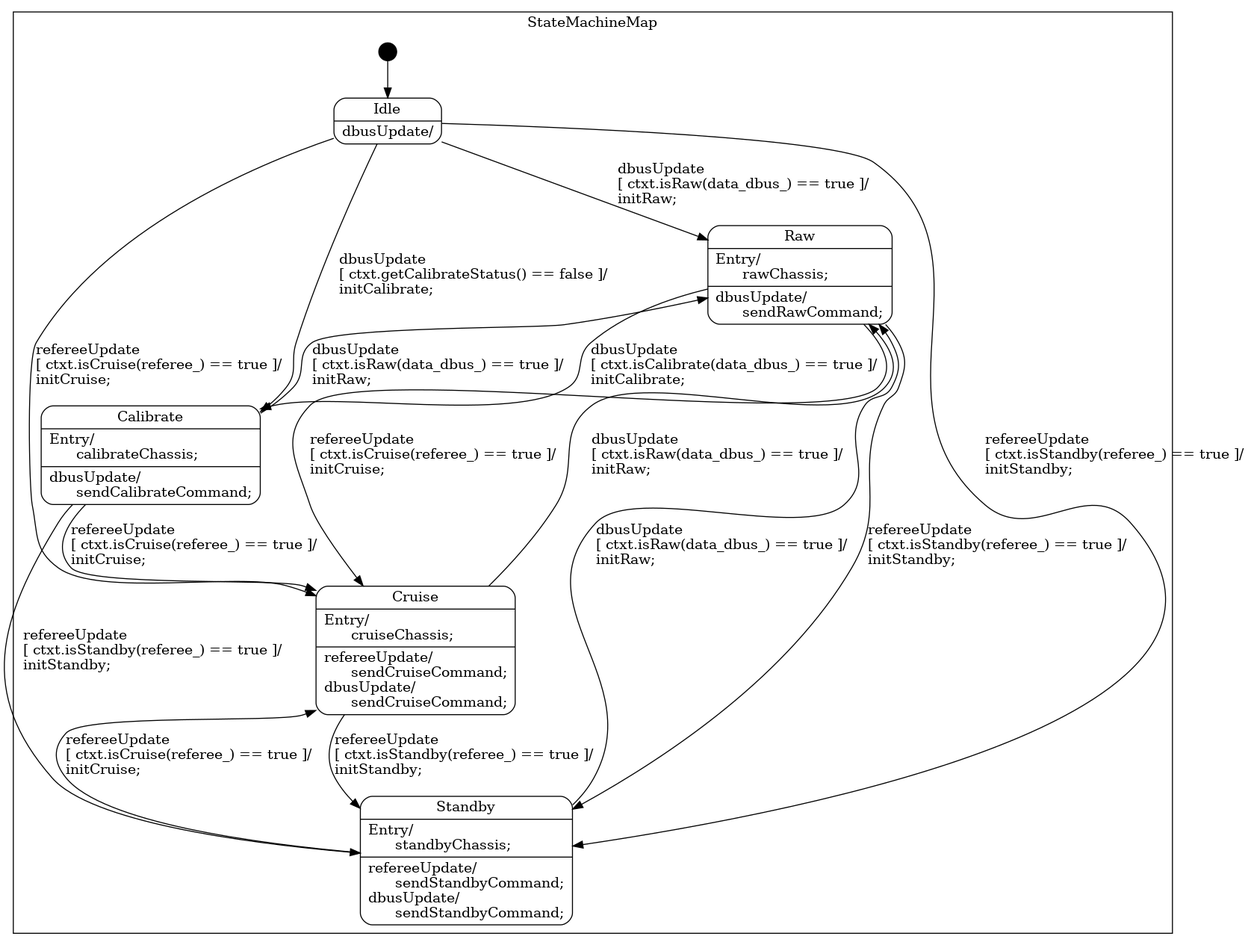
Before: state_machine/StateMachine_sm.png, a diagram exported from Graphviz (rm-controls/rm_fsm). Its source is kept beside it as state_machine/StateMachine_sm.dot.
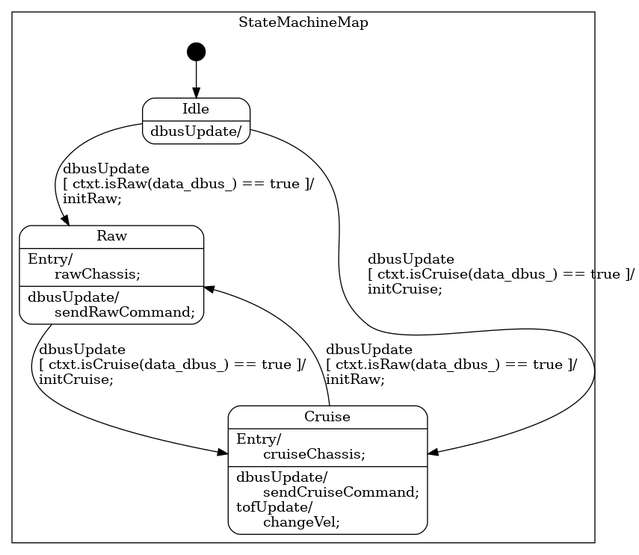
After the change.

Commit message:
Complete the cruise function for the first version

Change to the diagram source:
```diff
@@ -14,57 +14,21 @@
         "StateMachineMap::Raw"
             [label="{Raw|Entry/\l&nbsp;&nbsp;&nbsp;rawChassis;\l|dbusUpdate/\l&nbsp;&nbsp;&nbsp;sendRawCommand;\l}"];
 
-        "StateMachineMap::Calibrate"
-            [label="{Calibrate|Entry/\l&nbsp;&nbsp;&nbsp;calibrateChassis;\l|dbusUpdate/\l&nbsp;&nbsp;&nbsp;sendCalibrateCommand;\l}"];
-
-        "StateMachineMap::Standby"
-            [label="{Standby|Entry/\l&nbsp;&nbsp;&nbsp;standbyChassis;\l|refereeUpdate/\l&nbsp;&nbsp;&nbsp;sendStandbyCommand;\ldbusUpdate/\l&nbsp;&nbsp;&nbsp;sendStandbyCommand;\l}"];
-
         "StateMachineMap::Cruise"
-            [label="{Cruise|Entry/\l&nbsp;&nbsp;&nbsp;cruiseChassis;\l|refereeUpdate/\l&nbsp;&nbsp;&nbsp;sendCruiseCommand;\ldbusUpdate/\l&nbsp;&nbsp;&nbsp;sendCruiseCommand;\l}"];
+            [label="{Cruise|Entry/\l&nbsp;&nbsp;&nbsp;cruiseChassis;\l|dbusUpdate/\l&nbsp;&nbsp;&nbsp;sendCruiseCommand;\ltofUpdate/\l&nbsp;&nbsp;&nbsp;changeVel;\l}"];
 
         "%start"
             [label="" shape=circle style=filled fillcolor=black width=0.25];
 
 
-        "StateMachineMap::Idle" -> "StateMachineMap::Calibrate"
-            [label="dbusUpdate\l\[ ctxt.getCalibrateStatus() == false \]/\linitCalibrate;\l"];
+        "StateMachineMap::Idle" -> "StateMachineMap::Cruise"
+            [label="dbusUpdate\l\[ ctxt.isCruise(data_dbus_) == true \]/\linitCruise;\l"];
 
         "StateMachineMap::Idle" -> "StateMachineMap::Raw"
             [label="dbusUpdate\l\[ ctxt.isRaw(data_dbus_) == true \]/\linitRaw;\l"];
 
-        "StateMachineMap::Idle" -> "StateMachineMap::Standby"
-            [label="refereeUpdate\l\[ ctxt.isStandby(referee_) == true \]/\linitStandby;\l"];
-
-        "StateMachineMap::Idle" -> "StateMachineMap::Cruise"
-            [label="refereeUpdate\l\[ ctxt.isCruise(referee_) == true \]/\linitCruise;\l"];
-
-        "StateMachineMap::Raw" -> "StateMachineMap::Calibrate"
-            [label="dbusUpdate\l\[ ctxt.isCalibrate(data_dbus_) == true \]/\linitCalibrate;\l"];
-
-        "StateMachineMap::Raw" -> "StateMachineMap::Standby"
-            [label="refereeUpdate\l\[ ctxt.isStandby(referee_) == true \]/\linitStandby;\l"];
-
         "StateMachineMap::Raw" -> "StateMachineMap::Cruise"
-            [label="refereeUpdate\l\[ ctxt.isCruise(referee_) == true \]/\linitCruise;\l"];
-
-        "StateMachineMap::Calibrate" -> "StateMachineMap::Standby"
-            [label="refereeUpdate\l\[ ctxt.isStandby(referee_) == true \]/\linitStandby;\l"];
-
-        "StateMachineMap::Calibrate" -> "StateMachineMap::Cruise"
-            [label="refereeUpdate\l\[ ctxt.isCruise(referee_) == true \]/\linitCruise;\l"];
-
-        "StateMachineMap::Calibrate" -> "StateMachineMap::Raw"
-            [label="dbusUpdate\l\[ ctxt.isRaw(data_dbus_) == true \]/\linitRaw;\l"];
-
-        "StateMachineMap::Standby" -> "StateMachineMap::Cruise"
-            [label="refereeUpdate\l\[ ctxt.isCruise(referee_) == true \]/\linitCruise;\l"];
-
-        "StateMachineMap::Standby" -> "StateMachineMap::Raw"
-            [label="dbusUpdate\l\[ ctxt.isRaw(data_dbus_) == true \]/\linitRaw;\l"];
-
-        "StateMachineMap::Cruise" -> "StateMachineMap::Standby"
-            [label="refereeUpdate\l\[ ctxt.isStandby(referee_) == true \]/\linitStandby;\l"];
+            [label="dbusUpdate\l\[ ctxt.isCruise(data_dbus_) == true \]/\linitCruise;\l"];
 
         "StateMachineMap::Cruise" -> "StateMachineMap::Raw"
             [label="dbusUpdate\l\[ ctxt.isRaw(data_dbus_) == true \]/\linitRaw;\l"];
```
